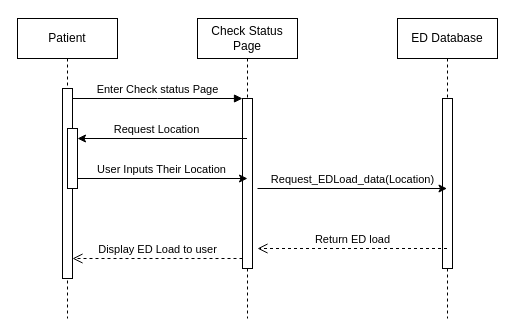
Earlier version of the draw.io diagram Check_Ed_Status.drawio (uvic-teach/project-m1-team8). Source tidied: cells renumbered, new cells numbered last; positions are measured from the earlier drawing's top-left corner, leaving out a move shared by most shapes. Both pictures are drawn from the tidied source at 100%, with x=0, y=0 at pixel (17, 18).
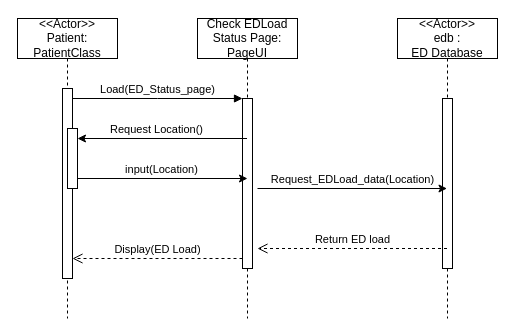
The same page after the edit.

Unchanged cells that the change refers to:
```xml
<mxCell id="3" style="html=1;points=[];perimeter=orthogonalPerimeter;outlineConnect=0;targetShapes=umlLifeline;portConstraint=eastwest;newEdgeStyle={&quot;edgeStyle&quot;:&quot;elbowEdgeStyle&quot;,&quot;elbow&quot;:&quot;vertical&quot;,&quot;curved&quot;:0,&quot;rounded&quot;:0};" parent="2" vertex="1">
  <mxGeometry x="45" y="70" width="10" height="190" as="geometry" />
</mxCell>
<mxCell id="5" style="html=1;points=[];perimeter=orthogonalPerimeter;outlineConnect=0;targetShapes=umlLifeline;portConstraint=eastwest;newEdgeStyle={&quot;edgeStyle&quot;:&quot;elbowEdgeStyle&quot;,&quot;elbow&quot;:&quot;vertical&quot;,&quot;curved&quot;:0,&quot;rounded&quot;:0};" parent="4" vertex="1">
  <mxGeometry x="45" y="80" width="10" height="170" as="geometry" />
</mxCell>
<mxCell id="14" style="endArrow=classic;html=1;rounded=0;entryX=1;entryY=0;entryDx=0;entryDy=0;" parent="1" edge="1">
  <mxGeometry relative="1" as="geometry">
    <mxPoint x="229.5" y="120" as="sourcePoint" />
    <mxPoint x="60" y="120" as="targetPoint" />
  </mxGeometry>
</mxCell>
<mxCell id="16" style="endArrow=classic;html=1;rounded=0;" parent="1" edge="1">
  <mxGeometry relative="1" as="geometry">
    <mxPoint x="60" y="160" as="sourcePoint" />
    <mxPoint x="230" y="160" as="targetPoint" />
  </mxGeometry>
</mxCell>
```

Change to the diagram source:
```diff
@@
-    <mxCell id="2" value="Patient" style="shape=umlLifeline;perimeter=lifelinePerimeter;whiteSpace=wrap;html=1;newEdgeStyle={&quot;edgeStyle&quot;:&quot;elbowEdgeStyle&quot;,&quot;elbow&quot;:&quot;vertical&quot;,&quot;curved&quot;:0,&quot;rounded&quot;:0};" parent="1" vertex="1">
+    <mxCell id="2" value="&amp;lt;&amp;lt;Actor&amp;gt;&amp;gt;&lt;br&gt;Patient:&lt;br&gt;PatientClass" style="shape=umlLifeline;perimeter=lifelinePerimeter;whiteSpace=wrap;html=1;newEdgeStyle={&quot;edgeStyle&quot;:&quot;elbowEdgeStyle&quot;,&quot;elbow&quot;:&quot;vertical&quot;,&quot;curved&quot;:0,&quot;rounded&quot;:0};" parent="1" vertex="1">
       <mxGeometry width="100" height="300" as="geometry" />
     </mxCell>
@@
-    <mxCell id="4" value="Check Status Page" style="shape=umlLifeline;perimeter=lifelinePerimeter;whiteSpace=wrap;html=1;newEdgeStyle={&quot;edgeStyle&quot;:&quot;elbowEdgeStyle&quot;,&quot;elbow&quot;:&quot;vertical&quot;,&quot;curved&quot;:0,&quot;rounded&quot;:0};" parent="1" vertex="1">
+    <mxCell id="4" value="Check EDLoad&lt;br&gt;Status Page: PageUI" style="shape=umlLifeline;perimeter=lifelinePerimeter;whiteSpace=wrap;html=1;newEdgeStyle={&quot;edgeStyle&quot;:&quot;elbowEdgeStyle&quot;,&quot;elbow&quot;:&quot;vertical&quot;,&quot;curved&quot;:0,&quot;rounded&quot;:0};" parent="1" vertex="1">
       <mxGeometry x="180" width="100" height="300" as="geometry" />
     </mxCell>
@@
-    <mxCell id="6" value="Enter Check status Page" style="html=1;verticalAlign=bottom;endArrow=block;edgeStyle=elbowEdgeStyle;elbow=vertical;curved=0;rounded=0;" parent="1" edge="1" source="3" target="5">
+    <mxCell id="6" value="Load(ED_Status_page)" style="html=1;verticalAlign=bottom;endArrow=block;edgeStyle=elbowEdgeStyle;elbow=vertical;curved=0;rounded=0;" parent="1" edge="1" source="3" target="5">
       <mxGeometry relative="1" as="geometry">
         <Array as="points">
           <mxPoint x="140" y="80" />
         </Array>
       </mxGeometry>
     </mxCell>
-    <mxCell id="7" value="Display ED Load to user" style="html=1;verticalAlign=bottom;endArrow=open;dashed=1;endSize=8;edgeStyle=elbowEdgeStyle;elbow=vertical;curved=0;rounded=0;" parent="1" edge="1" source="5" target="3">
+    <mxCell id="7" value="Display(ED Load)" style="html=1;verticalAlign=bottom;endArrow=open;dashed=1;endSize=8;edgeStyle=elbowEdgeStyle;elbow=vertical;curved=0;rounded=0;" parent="1" edge="1" source="5" target="3">
       <mxGeometry relative="1" as="geometry">
         <Array as="points">
           <mxPoint x="150" y="240" />
         </Array>
       </mxGeometry>
     </mxCell>
-    <mxCell id="8" value="ED Database" style="shape=umlLifeline;perimeter=lifelinePerimeter;whiteSpace=wrap;html=1;outlineConnect=0;portConstraint=eastwest;newEdgeStyle={&quot;edgeStyle&quot;:&quot;elbowEdgeStyle&quot;,&quot;elbow&quot;:&quot;vertical&quot;,&quot;curved&quot;:0,&quot;rounded&quot;:0};" parent="1" vertex="1">
+    <mxCell id="8" value="&amp;lt;&amp;lt;Actor&amp;gt;&amp;gt;&lt;br&gt;edb : &lt;br&gt;ED Database" style="shape=umlLifeline;perimeter=lifelinePerimeter;whiteSpace=wrap;html=1;outlineConnect=0;portConstraint=eastwest;newEdgeStyle={&quot;edgeStyle&quot;:&quot;elbowEdgeStyle&quot;,&quot;elbow&quot;:&quot;vertical&quot;,&quot;curved&quot;:0,&quot;rounded&quot;:0};" parent="1" vertex="1">
       <mxGeometry x="380" width="100" height="300" as="geometry" />
     </mxCell>
@@
-    <mxCell id="15" value="Request Location" style="edgeLabel;html=1;align=center;verticalAlign=middle;" parent="14" vertex="1">
+    <mxCell id="15" value="Request Location()" style="edgeLabel;html=1;align=center;verticalAlign=middle;" parent="14" vertex="1">
       <mxGeometry x="0.07" y="1" relative="1" as="geometry">
         <mxPoint y="-11" as="offset" />
       </mxGeometry>
     </mxCell>
@@
-    <mxCell id="17" value="User Inputs Their Location" style="edgeLabel;html=1;align=center;verticalAlign=middle;" parent="16" vertex="1">
+    <mxCell id="17" value="input(Location)" style="edgeLabel;html=1;align=center;verticalAlign=middle;" parent="16" vertex="1">
       <mxGeometry x="0.25" relative="1" as="geometry">
         <mxPoint x="-23" y="-10" as="offset" />
       </mxGeometry>
     </mxCell>
```
